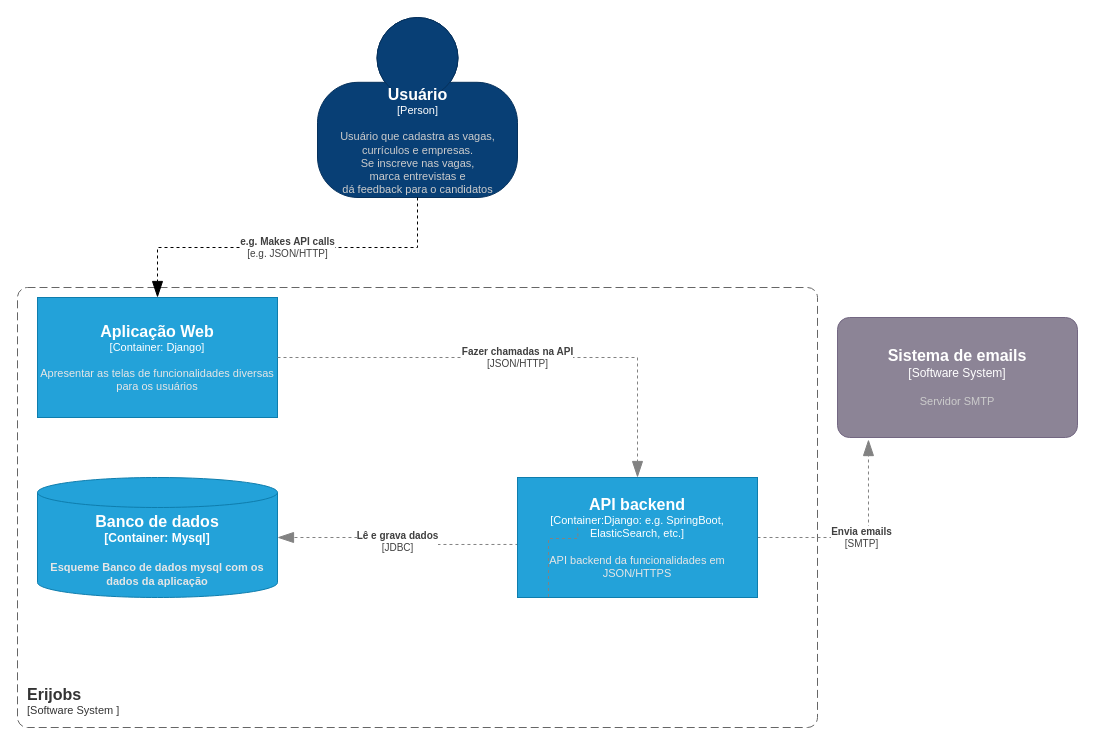
The draw.io diagram page "C4_container" (2 of 4) of Diagrama_Casos_De_uso/Diagrama sem nome.drawio in eribaru/erijobs, before the edit. Source tidied: cells renumbered, new cells numbered last; positions are measured from the earlier drawing's top-left corner, leaving out a move shared by most shapes. Both pictures are drawn from the tidied source at 100%, with x=0, y=0 at pixel (17, 17).
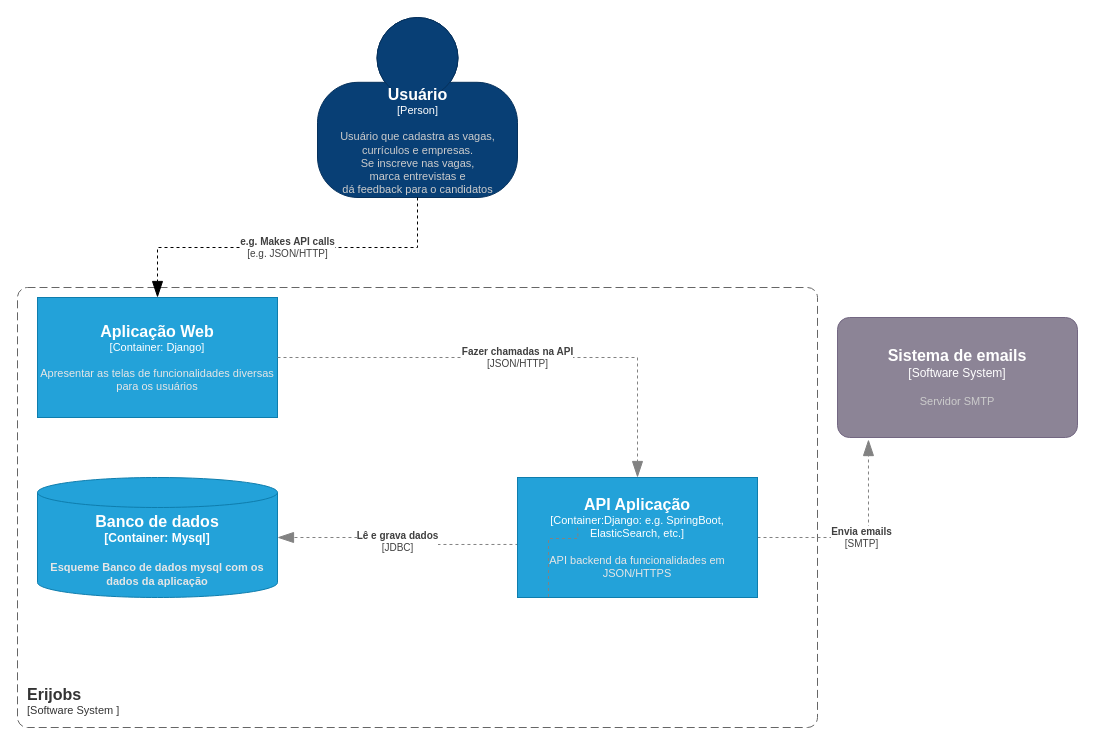
After the change.

The edit, as a diff of the source:
```diff
@@
-    <object id="11" label="&lt;font style=&quot;font-size: 16px&quot;&gt;&lt;b&gt;%c4Name%&lt;/b&gt;&lt;/font&gt;&lt;div&gt;[%c4Type%: %c4Technology%]&lt;/div&gt;&lt;br&gt;&lt;div&gt;&lt;font style=&quot;font-size: 11px&quot;&gt;&lt;font color=&quot;#E6E6E6&quot;&gt;%c4Description%&lt;/font&gt;&lt;/div&gt;" c4Description="API backend da funcionalidades em JSON/HTTPS" c4Name="API backend" c4Technology="e.g. SpringBoot, ElasticSearch, etc." c4Type="Container:Django" placeholders="1">
+    <object id="11" label="&lt;font style=&quot;font-size: 16px&quot;&gt;&lt;b&gt;%c4Name%&lt;/b&gt;&lt;/font&gt;&lt;div&gt;[%c4Type%: %c4Technology%]&lt;/div&gt;&lt;br&gt;&lt;div&gt;&lt;font style=&quot;font-size: 11px&quot;&gt;&lt;font color=&quot;#E6E6E6&quot;&gt;%c4Description%&lt;/font&gt;&lt;/div&gt;" c4Description="API backend da funcionalidades em JSON/HTTPS" c4Name="API Aplicação" c4Technology="e.g. SpringBoot, ElasticSearch, etc." c4Type="Container:Django" placeholders="1">
       <mxCell style="rounded=0;whiteSpace=wrap;html=1;fontSize=11;labelBackgroundColor=none;fillColor=#23A2D9;fontColor=#ffffff;align=center;arcSize=10;strokeColor=#0E7DAD;points=[[0.25,0,0],[0.5,0,0],[0.75,0,0],[1,0.25,0],[1,0.5,0],[1,0.75,0],[0.75,1,0],[0.5,1,0],[0.25,1,0],[0,0.75,0],[0,0.5,0],[0,0.25,0]];" parent="1" vertex="1">
         <mxGeometry x="500" y="460" width="240" height="120" as="geometry" />
       </mxCell>
     </object>
```
